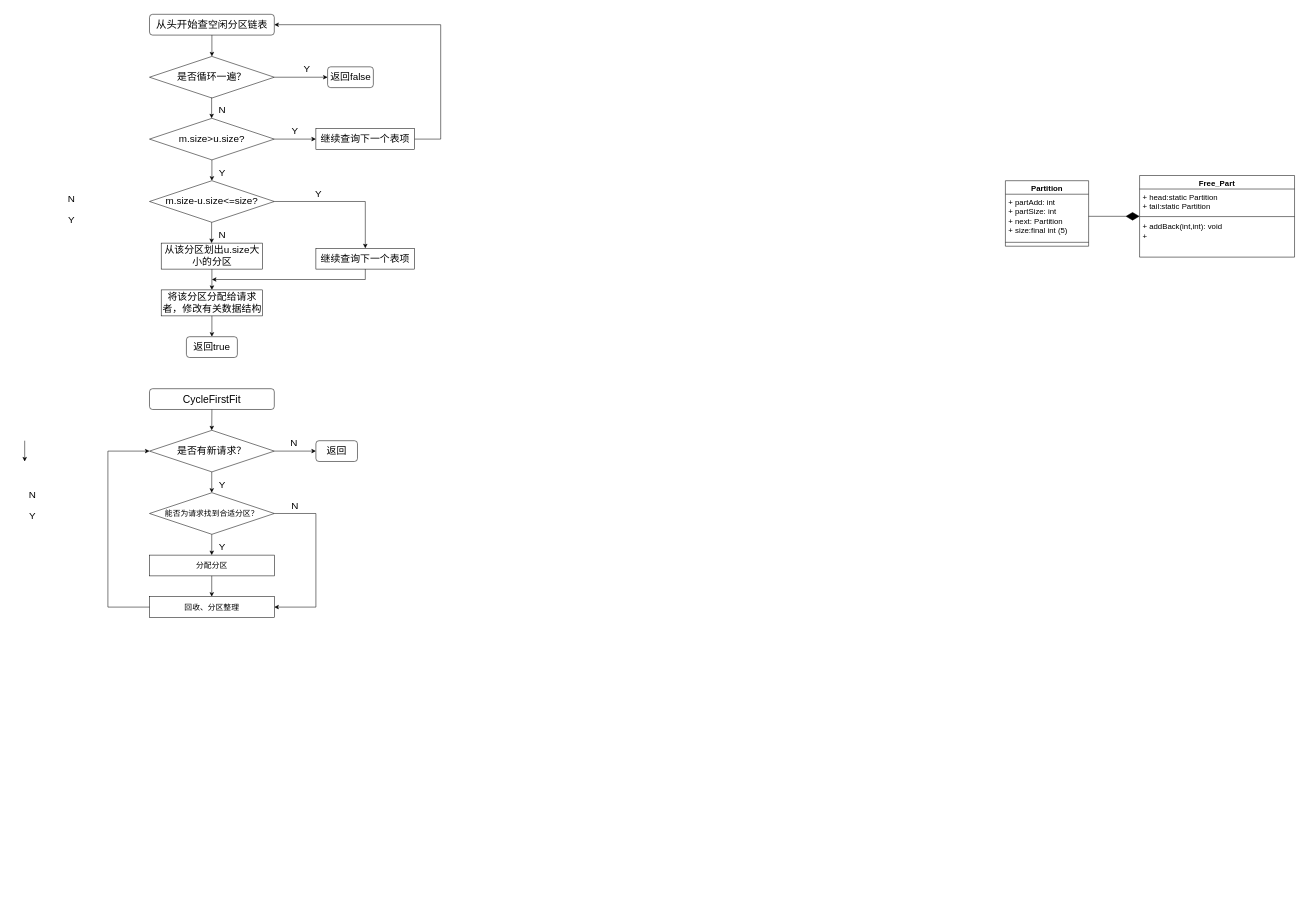
minhuomin/minhuomin.github keeps this draw.io diagram as DynamicParticipant.drawio. Above is the earlier version. Source tidied: cells renumbered, new cells numbered last; positions are measured from the earlier drawing's top-left corner, leaving out a move shared by most shapes. Both pictures are drawn from the tidied source at 52%, with x=0, y=0 at pixel (24, 14).
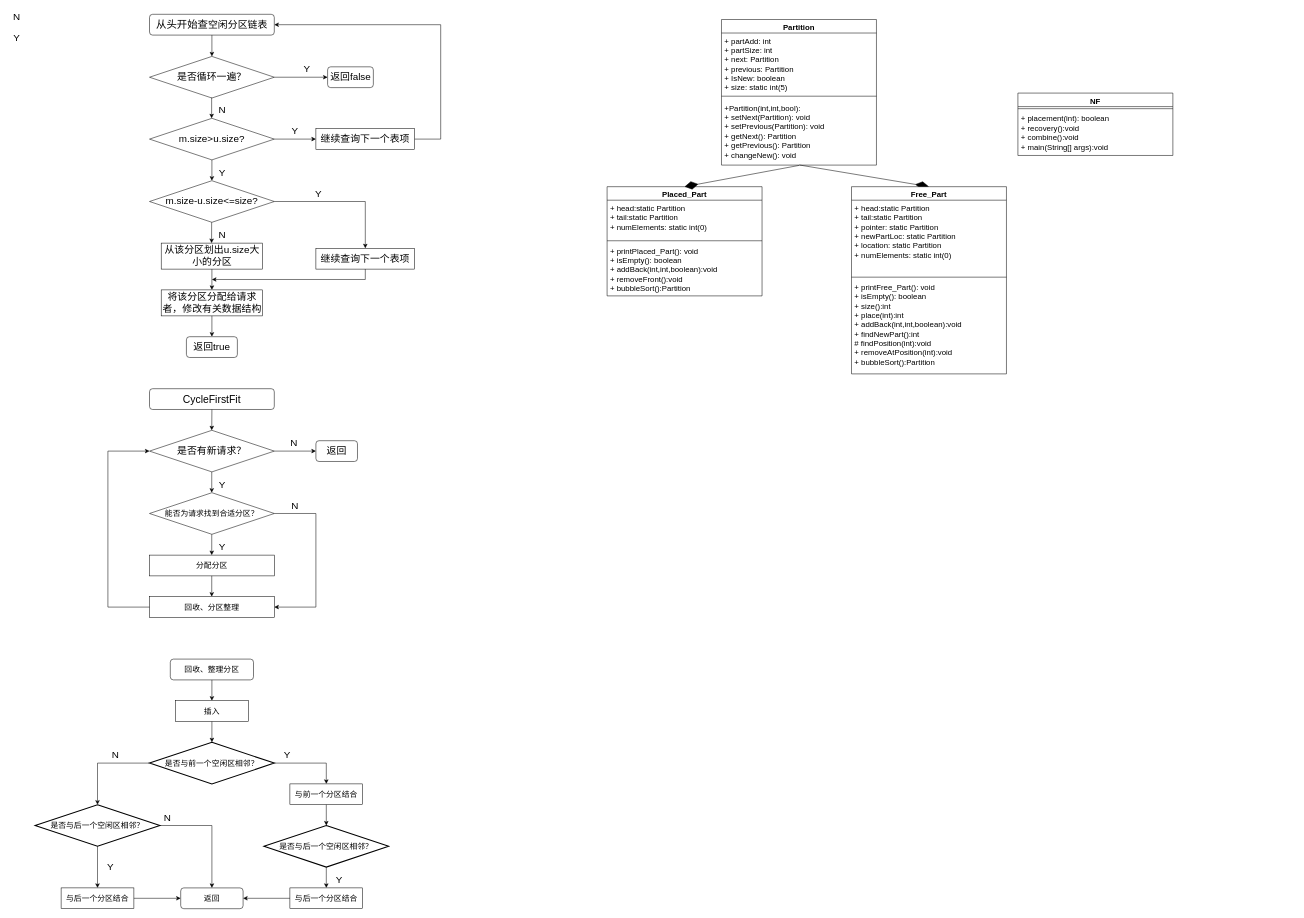
Above is the later version.

What changed in the source:
```diff
@@
     <mxCell id="6" value="N" style="text;html=1;strokeColor=none;fillColor=none;align=center;verticalAlign=middle;whiteSpace=wrap;rounded=0;fontSize=19;" parent="1" vertex="1">
-      <mxGeometry x="75" y="340" width="30" height="30" as="geometry" />
+      <mxGeometry x="-30" y="-10" width="30" height="30" as="geometry" />
     </mxCell>
     <mxCell id="7" value="Y" style="text;html=1;strokeColor=none;fillColor=none;align=center;verticalAlign=middle;whiteSpace=wrap;rounded=0;fontSize=19;" parent="1" vertex="1">
-      <mxGeometry x="75" y="380" width="30" height="30" as="geometry" />
+      <mxGeometry x="-30" y="30" width="30" height="30" as="geometry" />
     </mxCell>
@@
-    <mxCell id="32" style="endArrow=classic;html=1;rounded=0;fontSize=19;exitX=0.5;exitY=1;exitDx=0;exitDy=0;entryX=0.5;entryY=0;entryDx=0;entryDy=0;" parent="1" edge="1">
-      <mxGeometry relative="1" as="geometry">
-        <mxPoint y="820" as="sourcePoint" />
-        <mxPoint y="860" as="targetPoint" />
-      </mxGeometry>
-    </mxCell>
@@
-    <mxCell id="37" value="N" style="text;html=1;strokeColor=none;fillColor=none;align=center;verticalAlign=middle;whiteSpace=wrap;rounded=0;fontSize=19;" parent="1" vertex="1">
-      <mxGeometry y="910" width="30" height="30" as="geometry" />
-    </mxCell>
-    <mxCell id="38" value="Y" style="text;html=1;strokeColor=none;fillColor=none;align=center;verticalAlign=middle;whiteSpace=wrap;rounded=0;fontSize=19;" parent="1" vertex="1">
-      <mxGeometry y="950" width="30" height="30" as="geometry" />
-    </mxCell>
@@
-    <mxCell id="51" value="Partition" style="swimlane;fontStyle=1;align=center;verticalAlign=top;horizontal=1;startSize=26;fontSize=15;" parent="1" vertex="1">
-      <mxGeometry x="1886" y="320" width="160" height="126" as="geometry" />
-    </mxCell>
-    <mxCell id="52" value="+ partAdd: int&#10;+ partSize: int&#10;+ next: Partition&#10;+ size:final int (5)" style="text;strokeColor=none;fillColor=none;align=left;verticalAlign=top;spacingLeft=4;spacingRight=4;overflow=hidden;points=[[0,0.5],[1,0.5]];portConstraint=eastwest;fontSize=15;" parent="51" vertex="1">
-      <mxGeometry y="26" width="160" height="85" as="geometry" />
-    </mxCell>
-    <mxCell id="53" style="line;strokeWidth=1;fillColor=none;align=left;verticalAlign=middle;spacingTop=-1;spacingLeft=3;spacingRight=3;labelPosition=right;strokeColor=inherit;fontSize=15;" parent="51" vertex="1">
-      <mxGeometry y="111" width="160" height="15" as="geometry" />
-    </mxCell>
-    <mxCell id="54" style="endArrow=diamondThin;endFill=1;endSize=24;html=1;rounded=0;fontSize=15;exitX=1;exitY=0.5;exitDx=0;exitDy=0;entryX=0;entryY=0.5;entryDx=0;entryDy=0;" parent="1" edge="1" source="52" target="55">
+    <mxCell id="54" style="endArrow=diamondThin;endFill=1;endSize=24;html=1;rounded=0;fontSize=15;entryX=0.5;entryY=0;entryDx=0;entryDy=0;exitX=0.502;exitY=0.998;exitDx=0;exitDy=0;exitPerimeter=0;" parent="1" edge="1" source="85" target="55">
       <mxGeometry relative="1" as="geometry" />
     </mxCell>
     <mxCell id="55" value="Free_Part" style="swimlane;fontStyle=1;align=center;verticalAlign=top;horizontal=1;startSize=26;fontSize=15;" parent="1" vertex="1">
-      <mxGeometry x="2144" y="310" width="298" height="157" as="geometry" />
+      <mxGeometry x="1590" y="331.5" width="298" height="360" as="geometry" />
     </mxCell>
-    <mxCell id="56" value="+ head:static Partition&#10;+ tail:static Partition&#10;" style="text;strokeColor=none;fillColor=none;align=left;verticalAlign=top;spacingLeft=4;spacingRight=4;overflow=hidden;fontSize=15;" parent="55" vertex="1">
-      <mxGeometry y="26" width="298" height="49" as="geometry" />
+    <mxCell id="56" value="+ head:static Partition&#10;+ tail:static Partition&#10;+ pointer: static Partition&#10;+ newPartLoc: static Partition&#10;+ location: static Partition&#10;+ numElements: static int(0)&#10;" style="text;strokeColor=none;fillColor=none;align=left;verticalAlign=top;spacingLeft=4;spacingRight=4;overflow=hidden;fontSize=15;" parent="55" vertex="1">
+      <mxGeometry y="26" width="298" height="144" as="geometry" />
     </mxCell>
     <mxCell id="57" style="line;strokeWidth=1;fillColor=none;align=left;verticalAlign=middle;spacingTop=-1;spacingLeft=3;spacingRight=3;labelPosition=right;strokeColor=inherit;fontSize=15;" parent="55" vertex="1">
-      <mxGeometry y="75" width="298" height="8" as="geometry" />
+      <mxGeometry y="170" width="298" height="8" as="geometry" />
     </mxCell>
-    <mxCell id="58" value="+ addBack(int,int): void&#10;+ " style="text;strokeColor=none;fillColor=none;align=left;verticalAlign=top;spacingLeft=4;spacingRight=4;overflow=hidden;fontSize=15;" parent="55" vertex="1">
-      <mxGeometry y="83" width="298" height="74" as="geometry" />
+    <mxCell id="58" value="+ printFree_Part(): void&#10;+ isEmpty(): boolean&#10;+ size():int&#10;+ place(int):int&#10;+ addBack(int,int,boolean):void&#10;+ findNewPart():int&#10;# findPosition(int):void&#10;+ removeAtPosition(int):void&#10;+ bubbleSort():Partition" style="text;strokeColor=none;fillColor=none;align=left;verticalAlign=top;spacingLeft=4;spacingRight=4;overflow=hidden;fontSize=15;" parent="55" vertex="1">
+      <mxGeometry y="178" width="298" height="182" as="geometry" />
     </mxCell>
+    <mxCell id="59" value="回收、整理分区" style="rounded=1;whiteSpace=wrap;html=1;fontSize=15;" parent="1" vertex="1">
+      <mxGeometry x="280" y="1240" width="160" height="40" as="geometry" />
+    </mxCell>
+    <mxCell id="60" style="endArrow=classic;html=1;rounded=0;fontSize=15;exitX=0.5;exitY=1;exitDx=0;exitDy=0;entryX=0.5;entryY=0;entryDx=0;entryDy=0;" parent="1" edge="1" source="59" target="76">
+      <mxGeometry relative="1" as="geometry" />
+    </mxCell>
+    <mxCell id="61" value="是否与前一个空闲区相邻？" style="strokeWidth=2;html=1;shape=mxgraph.flowchart.decision;whiteSpace=wrap;fontSize=15;" parent="1" vertex="1">
+      <mxGeometry x="240" y="1400" width="240" height="80" as="geometry" />
+    </mxCell>
+    <mxCell id="62" value="Y" style="text;html=1;strokeColor=none;fillColor=none;align=center;verticalAlign=middle;whiteSpace=wrap;rounded=0;fontSize=19;" parent="1" vertex="1">
+      <mxGeometry x="490" y="1410" width="30" height="30" as="geometry" />
+    </mxCell>
+    <mxCell id="63" style="endArrow=classic;html=1;rounded=0;fontSize=15;exitX=1;exitY=0.5;exitDx=0;exitDy=0;exitPerimeter=0;entryX=0.5;entryY=0;entryDx=0;entryDy=0;" parent="1" edge="1" source="61" target="64">
+      <mxGeometry relative="1" as="geometry">
+        <Array as="points">
+          <mxPoint x="580" y="1440" />
+        </Array>
+      </mxGeometry>
+    </mxCell>
+    <mxCell id="64" value="与前一个分区结合" style="rounded=0;whiteSpace=wrap;html=1;fontSize=15;" parent="1" vertex="1">
+      <mxGeometry x="510" y="1480" width="140" height="40" as="geometry" />
+    </mxCell>
+    <mxCell id="65" value="是否与后一个空闲区相邻？" style="strokeWidth=2;html=1;shape=mxgraph.flowchart.decision;whiteSpace=wrap;fontSize=15;" parent="1" vertex="1">
+      <mxGeometry x="460" y="1560" width="240" height="80" as="geometry" />
+    </mxCell>
+    <mxCell id="66" style="endArrow=classic;html=1;rounded=0;fontSize=15;entryX=0.5;entryY=0;entryDx=0;entryDy=0;entryPerimeter=0;" parent="1" edge="1" source="64" target="65">
+      <mxGeometry relative="1" as="geometry" />
+    </mxCell>
+    <mxCell id="67" style="endArrow=classic;html=1;rounded=0;fontSize=15;entryX=0.5;entryY=0;entryDx=0;entryDy=0;exitX=0.5;exitY=1;exitDx=0;exitDy=0;exitPerimeter=0;" parent="1" edge="1" source="65" target="68">
+      <mxGeometry relative="1" as="geometry" />
+    </mxCell>
+    <mxCell id="68" value="与后一个分区结合" style="rounded=0;whiteSpace=wrap;html=1;fontSize=15;" parent="1" vertex="1">
+      <mxGeometry x="510" y="1680" width="140" height="40" as="geometry" />
+    </mxCell>
+    <mxCell id="69" value="Y" style="text;html=1;strokeColor=none;fillColor=none;align=center;verticalAlign=middle;whiteSpace=wrap;rounded=0;fontSize=19;" parent="1" vertex="1">
+      <mxGeometry x="590" y="1650" width="30" height="30" as="geometry" />
+    </mxCell>
+    <mxCell id="70" style="endArrow=classic;html=1;rounded=0;fontSize=15;exitX=0;exitY=0.5;exitDx=0;exitDy=0;exitPerimeter=0;entryX=0.5;entryY=0;entryDx=0;entryDy=0;entryPerimeter=0;" parent="1" edge="1" source="61" target="71">
+      <mxGeometry relative="1" as="geometry">
+        <Array as="points">
+          <mxPoint x="140" y="1440" />
+        </Array>
+      </mxGeometry>
+    </mxCell>
+    <mxCell id="71" value="是否与后一个空闲区相邻？" style="strokeWidth=2;html=1;shape=mxgraph.flowchart.decision;whiteSpace=wrap;fontSize=15;" parent="1" vertex="1">
+      <mxGeometry x="20" y="1520" width="240" height="80" as="geometry" />
+    </mxCell>
+    <mxCell id="72" value="N" style="text;html=1;strokeColor=none;fillColor=none;align=center;verticalAlign=middle;whiteSpace=wrap;rounded=0;fontSize=19;" parent="1" vertex="1">
+      <mxGeometry x="160" y="1410" width="30" height="30" as="geometry" />
+    </mxCell>
+    <mxCell id="73" style="endArrow=classic;html=1;rounded=0;fontSize=15;exitX=1;exitY=0.5;exitDx=0;exitDy=0;exitPerimeter=0;entryX=0.5;entryY=0;entryDx=0;entryDy=0;" parent="1" edge="1" source="71" target="79">
+      <mxGeometry relative="1" as="geometry">
+        <Array as="points">
+          <mxPoint x="360" y="1560" />
+        </Array>
+      </mxGeometry>
+    </mxCell>
+    <mxCell id="74" style="endArrow=classic;html=1;rounded=0;fontSize=15;exitX=0.5;exitY=1;exitDx=0;exitDy=0;exitPerimeter=0;entryX=0.5;entryY=0;entryDx=0;entryDy=0;" parent="1" edge="1" source="71" target="77">
+      <mxGeometry relative="1" as="geometry" />
+    </mxCell>
+    <mxCell id="75" value="N" style="text;html=1;strokeColor=none;fillColor=none;align=center;verticalAlign=middle;whiteSpace=wrap;rounded=0;fontSize=19;" parent="1" vertex="1">
+      <mxGeometry x="260" y="1530" width="30" height="30" as="geometry" />
+    </mxCell>
+    <mxCell id="76" value="插入" style="rounded=0;whiteSpace=wrap;html=1;fontSize=15;" parent="1" vertex="1">
+      <mxGeometry x="290" y="1320" width="140" height="40" as="geometry" />
+    </mxCell>
+    <mxCell id="77" value="与后一个分区结合" style="rounded=0;whiteSpace=wrap;html=1;fontSize=15;" parent="1" vertex="1">
+      <mxGeometry x="70" y="1680" width="140" height="40" as="geometry" />
+    </mxCell>
+    <mxCell id="78" value="Y" style="text;html=1;strokeColor=none;fillColor=none;align=center;verticalAlign=middle;whiteSpace=wrap;rounded=0;fontSize=19;" parent="1" vertex="1">
+      <mxGeometry x="150" y="1624.7" width="30" height="30" as="geometry" />
+    </mxCell>
+    <mxCell id="79" value="返回" style="rounded=1;whiteSpace=wrap;html=1;fontSize=15;" parent="1" vertex="1">
+      <mxGeometry x="300" y="1680" width="120" height="40" as="geometry" />
+    </mxCell>
+    <mxCell id="80" style="endArrow=classic;html=1;rounded=0;fontSize=15;exitX=0.5;exitY=1;exitDx=0;exitDy=0;entryX=0.5;entryY=0;entryDx=0;entryDy=0;entryPerimeter=0;" parent="1" edge="1" source="76" target="61">
+      <mxGeometry relative="1" as="geometry" />
+    </mxCell>
+    <mxCell id="81" style="endArrow=classic;html=1;rounded=0;fontSize=15;exitX=1;exitY=0.5;exitDx=0;exitDy=0;entryX=0;entryY=0.5;entryDx=0;entryDy=0;" parent="1" edge="1" source="77" target="79">
+      <mxGeometry relative="1" as="geometry" />
+    </mxCell>
+    <mxCell id="82" style="endArrow=classic;html=1;rounded=0;fontSize=15;exitX=0;exitY=0.5;exitDx=0;exitDy=0;entryX=1;entryY=0.5;entryDx=0;entryDy=0;" parent="1" edge="1" source="68" target="79">
+      <mxGeometry relative="1" as="geometry" />
+    </mxCell>
+    <mxCell id="51" value="Partition" style="swimlane;fontStyle=1;align=center;verticalAlign=top;horizontal=1;startSize=26;fontSize=15;" parent="1" vertex="1">
+      <mxGeometry x="1340" y="10" width="298" height="280" as="geometry" />
+    </mxCell>
+    <mxCell id="83" value="+ partAdd: int&#10;+ partSize: int&#10;+ next: Partition&#10;+ previous: Partition&#10;+ IsNew: boolean&#10;+ size: static int(5)" style="text;strokeColor=none;fillColor=none;align=left;verticalAlign=top;spacingLeft=4;spacingRight=4;overflow=hidden;fontSize=15;" parent="51" vertex="1">
+      <mxGeometry y="26" width="298" height="114" as="geometry" />
+    </mxCell>
+    <mxCell id="84" style="line;strokeWidth=1;fillColor=none;align=left;verticalAlign=middle;spacingTop=-1;spacingLeft=3;spacingRight=3;labelPosition=right;strokeColor=inherit;fontSize=15;" parent="51" vertex="1">
+      <mxGeometry y="140" width="298" height="15" as="geometry" />
+    </mxCell>
+    <mxCell id="85" value="+Partition(int,int,bool):&#10;+ setNext(Partition): void&#10;+ setPrevious(Partition): void&#10;+ getNext(): Partition&#10;+ getPrevious(): Partition&#10;+ changeNew(): void" style="text;strokeColor=none;fillColor=none;align=left;verticalAlign=top;spacingLeft=4;spacingRight=4;overflow=hidden;points=[[0,0.5],[1,0.5]];portConstraint=eastwest;fontSize=15;" parent="51" vertex="1">
+      <mxGeometry y="155" width="298" height="125" as="geometry" />
+    </mxCell>
+    <mxCell id="86" value="Placed_Part" style="swimlane;fontStyle=1;align=center;verticalAlign=top;horizontal=1;startSize=26;fontSize=15;" parent="1" vertex="1">
+      <mxGeometry x="1120" y="331.5" width="298" height="210" as="geometry" />
+    </mxCell>
+    <mxCell id="87" value="+ head:static Partition&#10;+ tail:static Partition&#10;+ numElements: static int(0)&#10;" style="text;strokeColor=none;fillColor=none;align=left;verticalAlign=top;spacingLeft=4;spacingRight=4;overflow=hidden;fontSize=15;" parent="86" vertex="1">
+      <mxGeometry y="26" width="298" height="74" as="geometry" />
+    </mxCell>
+    <mxCell id="88" style="line;strokeWidth=1;fillColor=none;align=left;verticalAlign=middle;spacingTop=-1;spacingLeft=3;spacingRight=3;labelPosition=right;strokeColor=inherit;fontSize=15;" parent="86" vertex="1">
+      <mxGeometry y="100" width="298" height="8" as="geometry" />
+    </mxCell>
+    <mxCell id="89" value="+ printPlaced_Part(): void&#10;+ isEmpty(): boolean&#10;+ addBack(int,int,boolean):void&#10;+ removeFront():void&#10;+ bubbleSort():Partition" style="text;strokeColor=none;fillColor=none;align=left;verticalAlign=top;spacingLeft=4;spacingRight=4;overflow=hidden;fontSize=15;" parent="86" vertex="1">
+      <mxGeometry y="108" width="298" height="102" as="geometry" />
+    </mxCell>
+    <mxCell id="90" value="NF" style="swimlane;fontStyle=1;align=center;verticalAlign=top;horizontal=1;startSize=26;fontSize=15;" parent="1" vertex="1">
+      <mxGeometry x="1910" y="151.5" width="298" height="120" as="geometry" />
+    </mxCell>
+    <mxCell id="91" style="line;strokeWidth=1;fillColor=none;align=left;verticalAlign=middle;spacingTop=-1;spacingLeft=3;spacingRight=3;labelPosition=right;strokeColor=inherit;fontSize=15;" parent="90" vertex="1">
+      <mxGeometry y="26" width="298" height="8" as="geometry" />
+    </mxCell>
+    <mxCell id="92" value="+ placement(int): boolean&#10;+ recovery():void&#10;+ combine():void&#10;+ main(String[] args):void " style="text;strokeColor=none;fillColor=none;align=left;verticalAlign=top;spacingLeft=4;spacingRight=4;overflow=hidden;fontSize=15;" parent="90" vertex="1">
+      <mxGeometry y="34" width="298" height="86" as="geometry" />
+    </mxCell>
+    <mxCell id="93" style="endArrow=diamondThin;endFill=1;endSize=24;html=1;rounded=0;fontSize=15;entryX=0.5;entryY=0;entryDx=0;entryDy=0;exitX=0.5;exitY=1.005;exitDx=0;exitDy=0;exitPerimeter=0;" parent="1" edge="1" source="85" target="86">
+      <mxGeometry relative="1" as="geometry" />
+    </mxCell>
```
